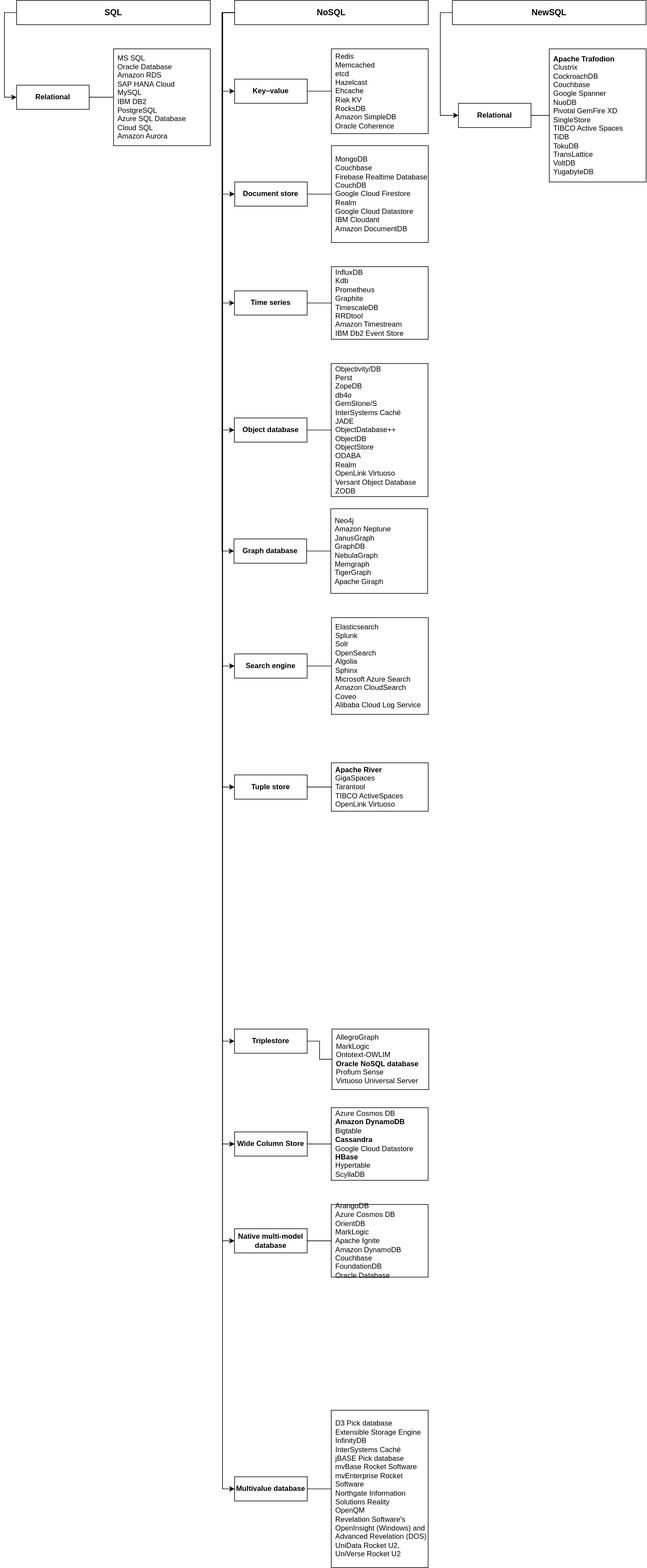
Before: diagrams/data_models.drawio.svg, a diagram exported from draw.io (ryndovaira-org/data_science_lectures). Source tidied: cells renumbered, new cells last; positions are measured from the earlier drawing's top-left corner, leaving out a move shared by most shapes.
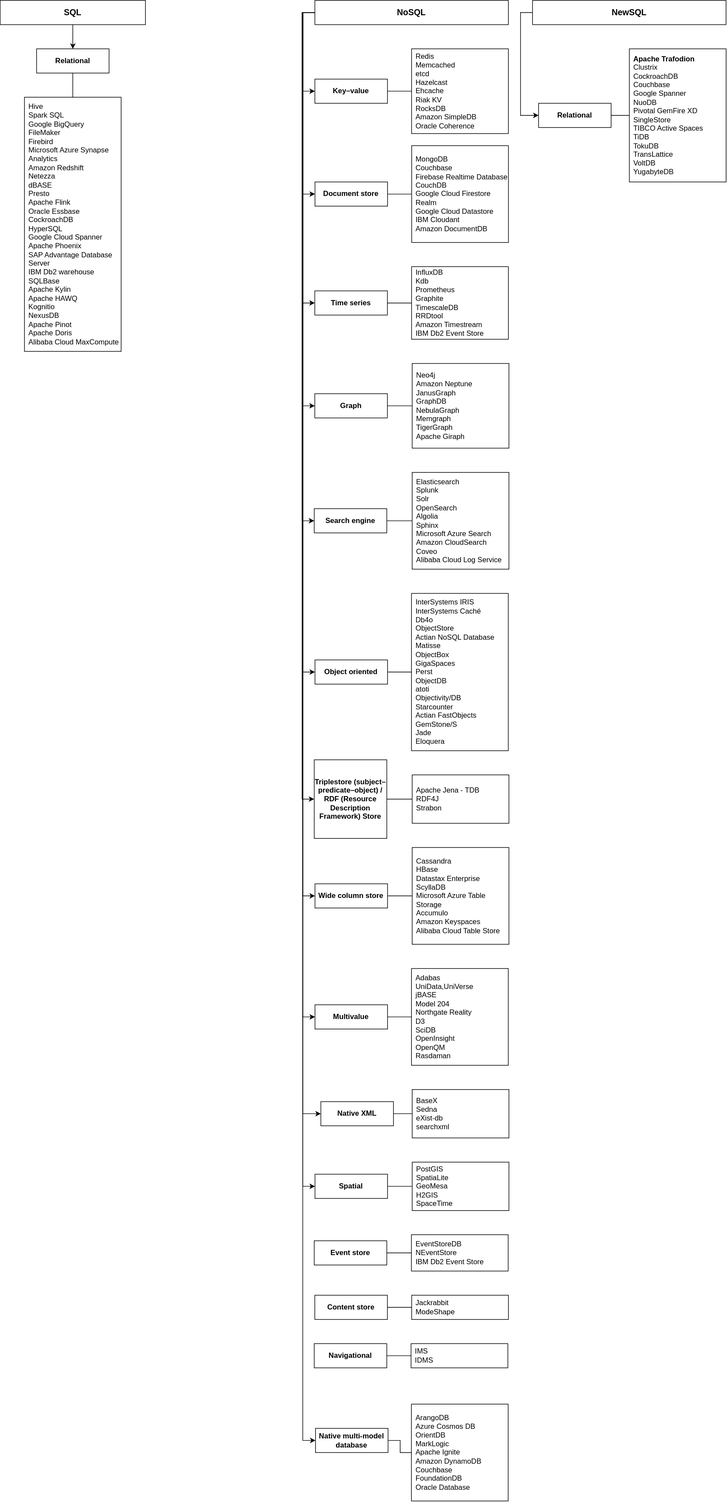
After the commit.

Change to the diagram source:
```diff
@@ -4,3 +4,3 @@
     <mxCell id="1" parent="0" />
-    <mxCell id="2" style="edgeStyle=orthogonalEdgeStyle;rounded=0;jettySize=auto;html=1;entryX=0;entryY=0.5;entryDx=0;entryDy=0;exitX=0;exitY=0.5;exitDx=0;exitDy=0;" parent="1" edge="1" source="3" target="46">
+    <mxCell id="2" style="edgeStyle=orthogonalEdgeStyle;rounded=0;jettySize=auto;html=1;" parent="1" edge="1" source="3" target="46">
       <mxGeometry relative="1" as="geometry" />
@@ -8,3 +8,3 @@
     <mxCell id="3" value="SQL" style="rounded=0;whiteSpace=wrap;html=1;fillColor=none;fontSize=14;fontStyle=1;" parent="1" vertex="1">
-      <mxGeometry x="-0.1" width="320" height="40" as="geometry" />
+      <mxGeometry x="-160.2" width="240.2" height="40" as="geometry" />
     </mxCell>
@@ -13,5 +13,2 @@
     </mxCell>
-    <mxCell id="5" style="edgeStyle=orthogonalEdgeStyle;rounded=0;jettySize=auto;html=1;exitX=0;exitY=0.5;exitDx=0;exitDy=0;entryX=0;entryY=0.5;entryDx=0;entryDy=0;fillColor=none;" parent="1" edge="1" source="15" target="21">
-      <mxGeometry relative="1" as="geometry" />
-    </mxCell>
     <mxCell id="6" style="edgeStyle=orthogonalEdgeStyle;rounded=0;jettySize=auto;html=1;exitX=0;exitY=0.5;exitDx=0;exitDy=0;entryX=0;entryY=0.5;entryDx=0;entryDy=0;fillColor=none;" parent="1" edge="1" source="15" target="24">
@@ -43,2 +40,8 @@
     </mxCell>
+    <mxCell id="57" style="edgeStyle=orthogonalEdgeStyle;rounded=0;jettySize=auto;html=1;exitX=0;exitY=0.5;exitDx=0;exitDy=0;entryX=0;entryY=0.5;entryDx=0;entryDy=0;" parent="1" edge="1" source="15" target="60">
+      <mxGeometry relative="1" as="geometry" />
+    </mxCell>
+    <mxCell id="58" style="edgeStyle=orthogonalEdgeStyle;rounded=0;jettySize=auto;html=1;exitX=0;exitY=0.5;exitDx=0;exitDy=0;entryX=0;entryY=0.5;entryDx=0;entryDy=0;" parent="1" edge="1" source="15" target="63">
+      <mxGeometry relative="1" as="geometry" />
+    </mxCell>
     <mxCell id="15" value="NoSQL" style="rounded=0;whiteSpace=wrap;html=1;fillColor=none;fontSize=14;fontStyle=1;" parent="1" vertex="1">
@@ -58,11 +61,2 @@
     </mxCell>
-    <mxCell id="20" style="edgeStyle=orthogonalEdgeStyle;rounded=0;jettySize=auto;html=1;endArrow=none;endFill=0;fillColor=none;" parent="1" edge="1" source="21" target="22">
-      <mxGeometry relative="1" as="geometry" />
-    </mxCell>
-    <mxCell id="21" value="Tuple store" style="rounded=0;whiteSpace=wrap;html=1;fillColor=none;fontSize=12;fontStyle=1;" parent="1" vertex="1">
-      <mxGeometry x="360" y="1280" width="120" height="40" as="geometry" />
-    </mxCell>
-    <mxCell id="22" value="&lt;b&gt;Apache River&lt;br&gt;&lt;/b&gt;GigaSpaces&lt;br&gt;Tarantool&lt;br&gt;TIBCO ActiveSpaces&lt;br&gt;OpenLink Virtuoso" style="rounded=0;whiteSpace=wrap;html=1;fillColor=none;fontSize=12;align=left;spacingLeft=5;" parent="1" vertex="1">
-      <mxGeometry x="520" y="1260" width="160" height="80" as="geometry" />
-    </mxCell>
     <mxCell id="23" style="edgeStyle=orthogonalEdgeStyle;rounded=0;jettySize=auto;html=1;endArrow=none;endFill=0;fillColor=none;" parent="1" edge="1" source="24" target="25">
@@ -70,7 +64,7 @@
     </mxCell>
-    <mxCell id="24" value="Triplestore" style="rounded=0;whiteSpace=wrap;html=1;fillColor=none;fontSize=12;fontStyle=1;" parent="1" vertex="1">
-      <mxGeometry x="360" y="1700" width="120" height="40" as="geometry" />
+    <mxCell id="24" value="Triplestore (subject–predicate–object) / RDF (Resource Description Framework) Store" style="rounded=0;whiteSpace=wrap;html=1;fillColor=none;fontSize=12;fontStyle=1;" parent="1" vertex="1">
+      <mxGeometry x="359" y="1255" width="120" height="130" as="geometry" />
     </mxCell>
-    <mxCell id="25" value="AllegroGraph&lt;br&gt;MarkLogic&lt;br&gt;Ontotext-OWLIM&lt;br&gt;&lt;b&gt;Oracle NoSQL database&lt;br&gt;&lt;/b&gt;Profium Sense&lt;br&gt;Virtuoso Universal Server" style="rounded=0;whiteSpace=wrap;html=1;fillColor=none;fontSize=12;align=left;spacingLeft=5;" parent="1" vertex="1">
-      <mxGeometry x="521" y="1700" width="160" height="100" as="geometry" />
+    <mxCell id="25" value="&lt;div&gt;Apache Jena - TDB&lt;/div&gt;&lt;div&gt;RDF4J&lt;/div&gt;&lt;div&gt;Strabon&lt;/div&gt;" style="rounded=0;whiteSpace=wrap;html=1;fillColor=none;fontSize=12;align=left;spacingLeft=5;" parent="1" vertex="1">
+      <mxGeometry x="521" y="1280" width="160" height="80" as="geometry" />
     </mxCell>
@@ -79,7 +73,7 @@
     </mxCell>
-    <mxCell id="27" value="Object database" style="rounded=0;whiteSpace=wrap;html=1;fillColor=none;fontSize=12;fontStyle=1;" parent="1" vertex="1">
-      <mxGeometry x="359.7" y="690" width="120" height="40" as="geometry" />
+    <mxCell id="27" value="Object oriented" style="rounded=0;whiteSpace=wrap;html=1;fillColor=none;fontSize=12;fontStyle=1;" parent="1" vertex="1">
+      <mxGeometry x="360.3" y="1090" width="120" height="40" as="geometry" />
     </mxCell>
-    <mxCell id="28" value="Objectivity/DB&lt;br&gt;Perst&lt;br&gt;ZopeDB&lt;br&gt;db4o&lt;br&gt;GemStone/S&lt;br&gt;InterSystems Caché&lt;br&gt;JADE&lt;br&gt;ObjectDatabase++&lt;br&gt;ObjectDB&lt;br&gt;ObjectStore&lt;br&gt;ODABA&lt;br&gt;Realm&lt;br&gt;OpenLink Virtuoso&lt;br&gt;Versant Object Database&lt;br&gt;ZODB" style="rounded=0;whiteSpace=wrap;html=1;fillColor=none;fontSize=12;align=left;spacingLeft=5;" parent="1" vertex="1">
-      <mxGeometry x="519.7" y="600" width="160" height="220" as="geometry" />
+    <mxCell id="28" value="&lt;div&gt;InterSystems IRIS&lt;/div&gt;&lt;div&gt;InterSystems Caché&lt;/div&gt;&lt;div&gt;Db4o&lt;/div&gt;&lt;div&gt;ObjectStore&lt;/div&gt;&lt;div&gt;Actian NoSQL Database&lt;/div&gt;&lt;div&gt;Matisse&lt;/div&gt;&lt;div&gt;ObjectBox&lt;/div&gt;&lt;div&gt;GigaSpaces&lt;/div&gt;&lt;div&gt;Perst&lt;/div&gt;&lt;div&gt;ObjectDB&lt;/div&gt;&lt;div&gt;atoti&lt;/div&gt;&lt;div&gt;Objectivity/DB&lt;/div&gt;&lt;div&gt;Starcounter&lt;/div&gt;&lt;div&gt;Actian FastObjects&lt;/div&gt;&lt;div&gt;GemStone/S&lt;/div&gt;&lt;div&gt;Jade&lt;/div&gt;&lt;div&gt;Eloquera&lt;/div&gt;" style="rounded=0;whiteSpace=wrap;html=1;fillColor=none;fontSize=12;align=left;spacingLeft=5;" parent="1" vertex="1">
+      <mxGeometry x="519.9" y="980" width="160" height="260" as="geometry" />
     </mxCell>
@@ -97,7 +91,7 @@
     </mxCell>
-    <mxCell id="33" value="Wide Column Store" style="rounded=0;whiteSpace=wrap;html=1;fillColor=none;fontSize=12;fontStyle=1;" parent="1" vertex="1">
-      <mxGeometry x="360.1" y="1870" width="120" height="40" as="geometry" />
+    <mxCell id="33" value="Wide column store" style="rounded=0;whiteSpace=wrap;html=1;fillColor=none;fontSize=12;fontStyle=1;" parent="1" vertex="1">
+      <mxGeometry x="360.3" y="1460" width="120" height="40" as="geometry" />
     </mxCell>
-    <mxCell id="34" value="Azure Cosmos DB&lt;br&gt;&lt;b style=&quot;font-size: 12px;&quot;&gt;Amazon DynamoDB&lt;br&gt;&lt;/b&gt;Bigtable&lt;br&gt;&lt;b style=&quot;font-size: 12px;&quot;&gt;Cassandra&lt;br&gt;&lt;/b&gt;Google Cloud Datastore&lt;br&gt;&lt;b style=&quot;font-size: 12px;&quot;&gt;HBase&lt;br&gt;&lt;/b&gt;Hypertable&lt;br&gt;ScyllaDB" style="rounded=0;whiteSpace=wrap;html=1;fillColor=none;fontSize=12;align=left;spacingLeft=5;" parent="1" vertex="1">
-      <mxGeometry x="519.9" y="1830" width="160" height="120" as="geometry" />
+    <mxCell id="34" value="&lt;div&gt;Cassandra&lt;/div&gt;&lt;div&gt;HBase&lt;/div&gt;&lt;div&gt;Datastax Enterprise&lt;/div&gt;&lt;div&gt;ScyllaDB&lt;/div&gt;&lt;div&gt;Microsoft Azure Table Storage&lt;/div&gt;&lt;div&gt;Accumulo&lt;/div&gt;&lt;div&gt;Amazon Keyspaces&lt;/div&gt;&lt;div&gt;Alibaba Cloud Table Store&lt;/div&gt;" style="rounded=0;whiteSpace=wrap;html=1;fillColor=none;fontSize=12;align=left;spacingLeft=5;" parent="1" vertex="1">
+      <mxGeometry x="521" y="1400" width="160" height="160" as="geometry" />
     </mxCell>
@@ -107,6 +101,6 @@
     <mxCell id="36" value="Native multi-model database" style="rounded=0;whiteSpace=wrap;html=1;fillColor=none;fontSize=12;fontStyle=1;" parent="1" vertex="1">
-      <mxGeometry x="360" y="2030" width="120" height="40" as="geometry" />
+      <mxGeometry x="361.1" y="2360" width="120" height="40" as="geometry" />
     </mxCell>
     <mxCell id="37" value="&lt;div&gt;ArangoDB&lt;/div&gt;&lt;div&gt;Azure Cosmos DB&lt;/div&gt;&lt;div&gt;OrientDB&lt;/div&gt;&lt;div&gt;MarkLogic&lt;/div&gt;&lt;div&gt;Apache Ignite&lt;/div&gt;&lt;div&gt;Amazon DynamoDB&lt;/div&gt;&lt;div&gt;Couchbase&lt;/div&gt;&lt;div&gt;FoundationDB&lt;/div&gt;&lt;div&gt;Oracle Database&lt;/div&gt;" style="rounded=0;whiteSpace=wrap;html=1;fillColor=none;fontSize=12;align=left;spacingLeft=5;" parent="1" vertex="1">
-      <mxGeometry x="519.9" y="1990" width="160" height="120" as="geometry" />
+      <mxGeometry x="519.7" y="2320" width="160" height="160" as="geometry" />
     </mxCell>
@@ -115,7 +109,7 @@
     </mxCell>
-    <mxCell id="39" value="Graph database" style="rounded=0;whiteSpace=wrap;html=1;fillColor=none;fontSize=12;fontStyle=1;" parent="1" vertex="1">
-      <mxGeometry x="359.2" y="890" width="120" height="40" as="geometry" />
+    <mxCell id="39" value="Graph" style="rounded=0;whiteSpace=wrap;html=1;fillColor=none;fontSize=12;fontStyle=1;" parent="1" vertex="1">
+      <mxGeometry x="360" y="650" width="120" height="40" as="geometry" />
     </mxCell>
     <mxCell id="40" value="&lt;div&gt;Neo4j&lt;/div&gt;&lt;div&gt;Amazon Neptune&lt;/div&gt;&lt;div&gt;JanusGraph&lt;/div&gt;&lt;div&gt;GraphDB&lt;/div&gt;&lt;div&gt;NebulaGraph&lt;/div&gt;&lt;div&gt;Memgraph&lt;/div&gt;&lt;div&gt;TigerGraph&lt;/div&gt;&lt;div&gt;Apache Giraph&lt;/div&gt;" style="rounded=0;whiteSpace=wrap;html=1;fillColor=none;fontSize=12;align=left;spacingLeft=5;" parent="1" vertex="1">
-      <mxGeometry x="519" y="840" width="160" height="140" as="geometry" />
+      <mxGeometry x="521" y="600" width="160" height="140" as="geometry" />
     </mxCell>
@@ -124,7 +118,7 @@
     </mxCell>
-    <mxCell id="42" value="Multivalue database" style="rounded=0;whiteSpace=wrap;html=1;fillColor=none;fontSize=12;fontStyle=1;" parent="1" vertex="1">
-      <mxGeometry x="360.1" y="2440" width="120" height="40" as="geometry" />
+    <mxCell id="42" value="Multivalue" style="rounded=0;whiteSpace=wrap;html=1;fillColor=none;fontSize=12;fontStyle=1;" parent="1" vertex="1">
+      <mxGeometry x="360.3" y="1660" width="120" height="40" as="geometry" />
     </mxCell>
-    <mxCell id="43" value="D3 Pick database&lt;br&gt;Extensible Storage Engine&lt;br&gt;InfinityDB&lt;br&gt;InterSystems Caché&lt;br&gt;jBASE Pick database&lt;br&gt;mvBase Rocket Software&lt;br&gt;mvEnterprise Rocket Software&lt;br&gt;Northgate Information Solutions Reality&lt;br&gt;OpenQM&lt;br&gt;Revelation Software's OpenInsight (Windows) and Advanced Revelation (DOS)&lt;br&gt;UniData Rocket U2, UniVerse Rocket U2" style="rounded=0;whiteSpace=wrap;html=1;fillColor=none;fontSize=12;align=left;spacingLeft=5;" parent="1" vertex="1">
-      <mxGeometry x="519.9" y="2330" width="160" height="260" as="geometry" />
+    <mxCell id="43" value="&lt;div&gt;Adabas&lt;/div&gt;&lt;div&gt;UniData,UniVerse&lt;/div&gt;&lt;div&gt;jBASE&lt;/div&gt;&lt;div&gt;Model 204&lt;/div&gt;&lt;div&gt;Northgate Reality&lt;/div&gt;&lt;div&gt;D3&lt;/div&gt;&lt;div&gt;SciDB&lt;/div&gt;&lt;div&gt;OpenInsight&lt;/div&gt;&lt;div&gt;OpenQM&lt;/div&gt;&lt;div&gt;Rasdaman&lt;/div&gt;" style="rounded=0;whiteSpace=wrap;html=1;fillColor=none;fontSize=12;align=left;spacingLeft=5;" parent="1" vertex="1">
+      <mxGeometry x="519.9" y="1600" width="160" height="160" as="geometry" />
     </mxCell>
@@ -137,6 +131,6 @@
     <mxCell id="46" value="&lt;div&gt;Relational&lt;/div&gt;" style="rounded=0;whiteSpace=wrap;html=1;fillColor=none;fontStyle=1;" parent="1" vertex="1">
-      <mxGeometry x="-0.1" y="140" width="119.9" height="40" as="geometry" />
+      <mxGeometry x="-100" y="80" width="119.9" height="40" as="geometry" />
     </mxCell>
-    <mxCell id="47" value="MS SQL&lt;br&gt;Oracle Database&lt;br&gt;Amazon RDS&lt;br&gt;SAP HANA Cloud&lt;br&gt;&lt;span&gt;MySQL&lt;/span&gt;&lt;br&gt;&lt;span&gt;IBM DB2&lt;/span&gt;&lt;br&gt;&lt;span&gt;PostgreSQL&lt;br&gt;&lt;/span&gt;Azure SQL Database&lt;br&gt;Cloud SQL&lt;br&gt;Amazon Aurora" style="rounded=0;whiteSpace=wrap;html=1;fillColor=none;align=left;spacingLeft=5;fontStyle=0;" parent="1" vertex="1">
-      <mxGeometry x="160.1" y="80" width="159.9" height="160" as="geometry" />
+    <mxCell id="47" value="&lt;div&gt;Hive&lt;/div&gt;&lt;div&gt;Spark SQL&lt;/div&gt;&lt;div&gt;Google BigQuery&lt;/div&gt;&lt;div&gt;FileMaker&lt;/div&gt;&lt;div&gt;Firebird&lt;/div&gt;&lt;div&gt;Microsoft Azure Synapse Analytics&lt;/div&gt;&lt;div&gt;Amazon Redshift&lt;/div&gt;&lt;div&gt;Netezza&lt;/div&gt;&lt;div&gt;dBASE&lt;/div&gt;&lt;div&gt;Presto&lt;/div&gt;&lt;div&gt;Apache Flink&lt;/div&gt;&lt;div&gt;Oracle Essbase&lt;/div&gt;&lt;div&gt;CockroachDB&lt;/div&gt;&lt;div&gt;HyperSQL&lt;/div&gt;&lt;div&gt;Google Cloud Spanner&lt;/div&gt;&lt;div&gt;Apache Phoenix&lt;/div&gt;&lt;div&gt;SAP Advantage Database Server&lt;/div&gt;&lt;div&gt;IBM Db2 warehouse&lt;/div&gt;&lt;div&gt;SQLBase&lt;/div&gt;&lt;div&gt;Apache Kylin&lt;/div&gt;&lt;div&gt;Apache HAWQ&lt;/div&gt;&lt;div&gt;Kognitio&lt;/div&gt;&lt;div&gt;NexusDB&lt;/div&gt;&lt;div&gt;Apache Pinot&lt;/div&gt;&lt;div&gt;Apache Doris&lt;/div&gt;&lt;div&gt;Alibaba Cloud MaxCompute&lt;/div&gt;" style="rounded=0;whiteSpace=wrap;html=1;fillColor=none;align=left;spacingLeft=5;fontStyle=0;" parent="1" vertex="1">
+      <mxGeometry x="-120" y="160" width="159.9" height="420" as="geometry" />
     </mxCell>
@@ -161,6 +155,6 @@
     <mxCell id="54" value="Search engine" style="rounded=0;whiteSpace=wrap;html=1;fillColor=none;fontSize=12;fontStyle=1;" parent="1" vertex="1">
-      <mxGeometry x="360" y="1080" width="120" height="40" as="geometry" />
+      <mxGeometry x="359" y="840" width="120" height="40" as="geometry" />
     </mxCell>
     <mxCell id="55" value="&lt;div&gt;Elasticsearch&lt;/div&gt;&lt;div&gt;Splunk&lt;/div&gt;&lt;div&gt;Solr&lt;/div&gt;&lt;div&gt;OpenSearch&lt;/div&gt;&lt;div&gt;Algolia&lt;/div&gt;&lt;div&gt;Sphinx&lt;/div&gt;&lt;div&gt;Microsoft Azure Search&lt;/div&gt;&lt;div&gt;Amazon CloudSearch&lt;/div&gt;&lt;div&gt;Coveo&lt;/div&gt;&lt;div&gt;Alibaba Cloud Log Service&lt;/div&gt;" style="rounded=0;whiteSpace=wrap;html=1;fillColor=none;fontSize=12;align=left;spacingLeft=5;" parent="1" vertex="1">
-      <mxGeometry x="520.1" y="1020" width="160" height="160" as="geometry" />
+      <mxGeometry x="521" y="780" width="160" height="160" as="geometry" />
     </mxCell>
@@ -169,2 +163,47 @@
     </mxCell>
+    <mxCell id="59" style="edgeStyle=orthogonalEdgeStyle;rounded=0;jettySize=auto;html=1;endArrow=none;endFill=0;fillColor=none;" parent="1" edge="1" source="60" target="61">
+      <mxGeometry relative="1" as="geometry" />
+    </mxCell>
+    <mxCell id="60" value="Native XML" style="rounded=0;whiteSpace=wrap;html=1;fillColor=none;fontSize=12;fontStyle=1;" parent="1" vertex="1">
+      <mxGeometry x="370" y="1820" width="120" height="40" as="geometry" />
+    </mxCell>
+    <mxCell id="61" value="&lt;div&gt;BaseX&lt;/div&gt;&lt;div&gt;Sedna&lt;/div&gt;&lt;div&gt;eXist-db&lt;/div&gt;&lt;div&gt;searchxml&lt;/div&gt;" style="rounded=0;whiteSpace=wrap;html=1;fillColor=none;fontSize=12;align=left;spacingLeft=5;" parent="1" vertex="1">
+      <mxGeometry x="521" y="1800" width="160" height="80" as="geometry" />
+    </mxCell>
+    <mxCell id="62" style="edgeStyle=orthogonalEdgeStyle;rounded=0;jettySize=auto;html=1;endArrow=none;endFill=0;fillColor=none;" parent="1" edge="1" source="63" target="64">
+      <mxGeometry relative="1" as="geometry" />
+    </mxCell>
+    <mxCell id="63" value="Spatial" style="rounded=0;whiteSpace=wrap;html=1;fillColor=none;fontSize=12;fontStyle=1;" parent="1" vertex="1">
+      <mxGeometry x="360.3" y="1940" width="120" height="40" as="geometry" />
+    </mxCell>
+    <mxCell id="64" value="&lt;div&gt;PostGIS&lt;/div&gt;&lt;div&gt;SpatiaLite&lt;/div&gt;&lt;div&gt;GeoMesa&lt;/div&gt;&lt;div&gt;H2GIS&lt;/div&gt;&lt;div&gt;SpaceTime&lt;/div&gt;" style="rounded=0;whiteSpace=wrap;html=1;fillColor=none;fontSize=12;align=left;spacingLeft=5;" parent="1" vertex="1">
+      <mxGeometry x="521" y="1920" width="160" height="80" as="geometry" />
+    </mxCell>
+    <mxCell id="65" style="edgeStyle=orthogonalEdgeStyle;rounded=0;jettySize=auto;html=1;endArrow=none;endFill=0;fillColor=none;" parent="1" edge="1" source="66" target="67">
+      <mxGeometry relative="1" as="geometry" />
+    </mxCell>
+    <mxCell id="66" value="Event store" style="rounded=0;whiteSpace=wrap;html=1;fillColor=none;fontSize=12;fontStyle=1;" parent="1" vertex="1">
+      <mxGeometry x="359" y="2050" width="120" height="40" as="geometry" />
+    </mxCell>
+    <mxCell id="67" value="&lt;div&gt;EventStoreDB&lt;/div&gt;&lt;div&gt;NEventStore&lt;/div&gt;&lt;div&gt;IBM Db2 Event Store&lt;/div&gt;" style="rounded=0;whiteSpace=wrap;html=1;fillColor=none;fontSize=12;align=left;spacingLeft=5;" parent="1" vertex="1">
+      <mxGeometry x="519.7" y="2040" width="160" height="60" as="geometry" />
+    </mxCell>
+    <mxCell id="68" style="edgeStyle=orthogonalEdgeStyle;rounded=0;jettySize=auto;html=1;endArrow=none;endFill=0;fillColor=none;" parent="1" edge="1" source="69" target="70">
+      <mxGeometry relative="1" as="geometry" />
+    </mxCell>
+    <mxCell id="69" value="Content store" style="rounded=0;whiteSpace=wrap;html=1;fillColor=none;fontSize=12;fontStyle=1;" parent="1" vertex="1">
+      <mxGeometry x="360" y="2140" width="120" height="40" as="geometry" />
+    </mxCell>
+    <mxCell id="70" value="&lt;div&gt;Jackrabbit&lt;/div&gt;&lt;div&gt;ModeShape&lt;/div&gt;" style="rounded=0;whiteSpace=wrap;html=1;fillColor=none;fontSize=12;align=left;spacingLeft=5;" parent="1" vertex="1">
+      <mxGeometry x="520.1" y="2140" width="160" height="40" as="geometry" />
+    </mxCell>
+    <mxCell id="71" style="edgeStyle=orthogonalEdgeStyle;rounded=0;jettySize=auto;html=1;endArrow=none;endFill=0;fillColor=none;" parent="1" edge="1" source="72" target="73">
+      <mxGeometry relative="1" as="geometry" />
+    </mxCell>
+    <mxCell id="72" value="Navigational" style="rounded=0;whiteSpace=wrap;html=1;fillColor=none;fontSize=12;fontStyle=1;" parent="1" vertex="1">
+      <mxGeometry x="359" y="2220" width="120" height="40" as="geometry" />
+    </mxCell>
+    <mxCell id="73" value="&lt;div&gt;IMS&lt;/div&gt;&lt;div&gt;IDMS&lt;/div&gt;" style="rounded=0;whiteSpace=wrap;html=1;fillColor=none;fontSize=12;align=left;spacingLeft=5;" parent="1" vertex="1">
+      <mxGeometry x="519.2" y="2220" width="160" height="40" as="geometry" />
+    </mxCell>
   </root>
```
